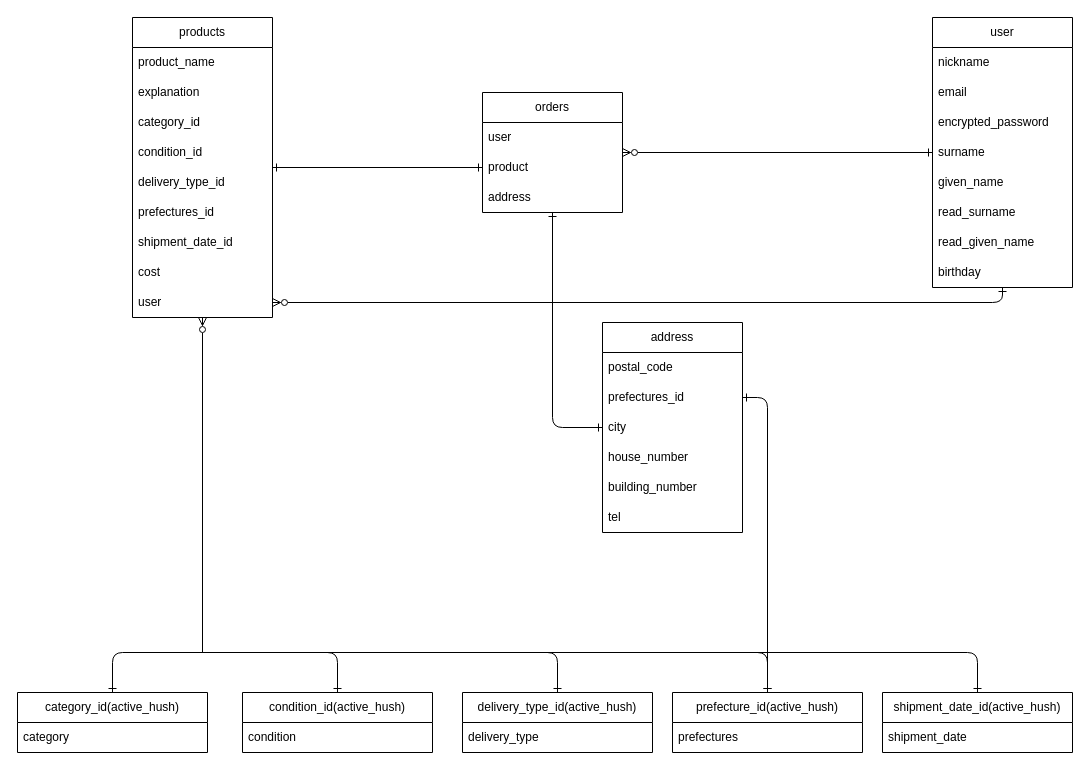
Earlier version of the draw.io diagram furima_ER.dio (Yuya7124/furima-39057). Source tidied: cells renumbered, new cells numbered last; positions are measured from the earlier drawing's top-left corner, leaving out a move shared by most shapes. Both pictures are drawn from the tidied source at 100%, with x=0, y=0 at pixel (17, 17).
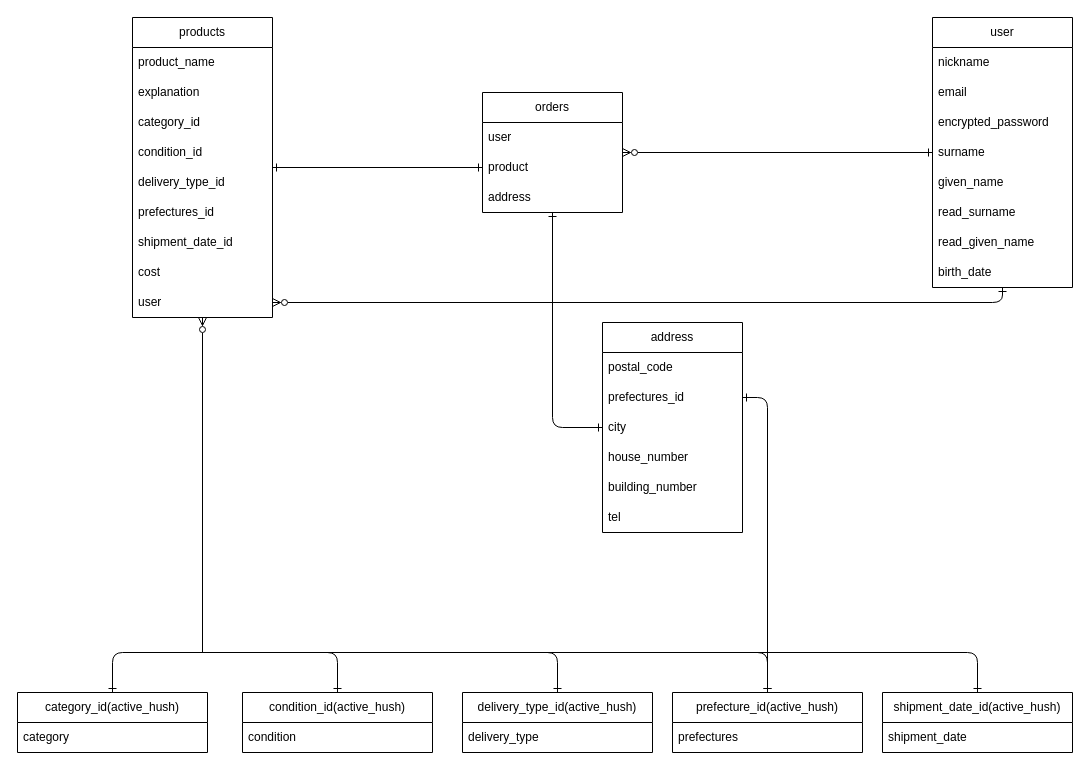
The same diagram, later.

The change refers to these unchanged cells:
```xml
<mxCell id="2" value="user" style="swimlane;fontStyle=0;horizontal=1;startSize=30;whiteSpace=wrap;html=1;" parent="1" vertex="1">
  <mxGeometry x="915" width="140" height="270" as="geometry" />
</mxCell>
```

Change to the diagram source:
```diff
@@
-    <mxCell id="10" value="birthday" style="text;strokeColor=none;fillColor=none;align=left;verticalAlign=middle;spacingLeft=4;spacingRight=4;overflow=hidden;whiteSpace=wrap;html=1;" parent="2" vertex="1">
+    <mxCell id="10" value="birth_date" style="text;strokeColor=none;fillColor=none;align=left;verticalAlign=middle;spacingLeft=4;spacingRight=4;overflow=hidden;whiteSpace=wrap;html=1;" parent="2" vertex="1">
       <mxGeometry y="240" width="140" height="30" as="geometry" />
     </mxCell>
```
